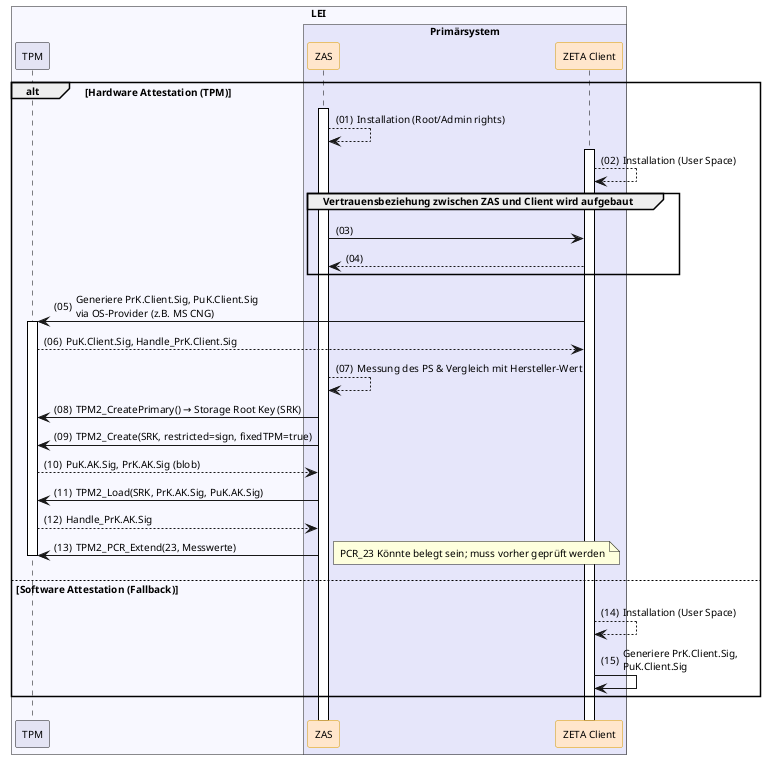
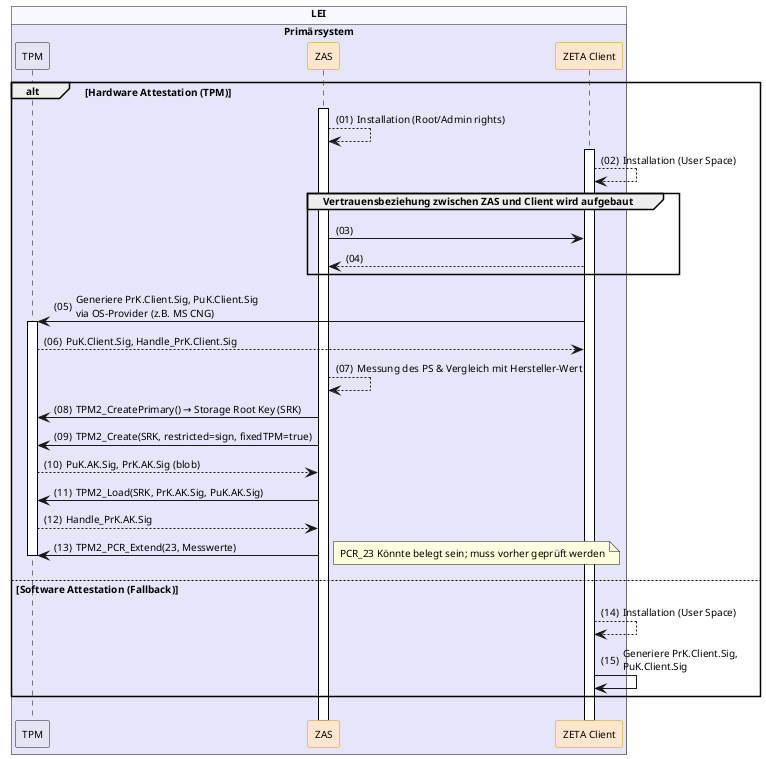
@startuml "client-installation"
autonumber "(00)"
skinparam defaultFontSize 10
skinparam defaultFontName Helvetica
skinparam DefaultMonospacedFontName Courier
skinparam lengthAdjust none
skinparam sequenceReferenceBackgroundColor White
skinparam SequenceReferenceFontSize 12
skinparam sequenceMessageAlign left
hide stereotype

' Box colors
!define ZETA_GUARD_COLOR #FFF3E5
!define LEI_COLOR #GhostWhite
!define LEI_COMPONENT_COLOR #E4E4F4
!define PRIMAERSYSTEM_COLOR #Lavender
!define PROVIDER_COLOR #EDFDEC

' Participant colors
<style>
sequenceDiagram {
  participant {
    .zeta {
      BackgroundColor #FFE6CC
      LineColor #D79B00
    }
    .provider {
      BackgroundColor #D5E8D4
      LineColor #82B366
    }
  }
  lifeline {
    BackgroundColor White
    LineColor Black
  }
}
</style>

' title Client Installation & Baseline-Etablierung

!pragma teoz true

box "LEI" LEI_COLOR
-   participant "TPM" as TPM LEI_COMPONENT_COLOR
  box "Primärsystem" PRIMAERSYSTEM_COLOR
-       participant ZAS as "ZAS" <<zeta>>
-       participant Client as "ZETA Client" <<zeta>>
-  end box
+     participant "TPM" as TPM LEI_COMPONENT_COLOR
+     participant ZAS as "ZAS" <<zeta>>
+     participant Client as "ZETA Client" <<zeta>>
+   end box
end box

alt Hardware Attestation (TPM)

    ZAS++
    ZAS --> ZAS: Installation (Root/Admin rights)
    Client++
    Client --> Client: Installation (User Space)
    group Vertrauensbeziehung zwischen ZAS und Client wird aufgebaut
        ZAS -> Client
        Client --> ZAS
    end

    Client -> TPM++: Generiere PrK.Client.Sig, PuK.Client.Sig\nvia OS-Provider (z.B. MS CNG)
    TPM --> Client: PuK.Client.Sig, Handle_PrK.Client.Sig
    ZAS --> ZAS: Messung des PS & Vergleich mit Hersteller-Wert
    ZAS -> TPM: TPM2_CreatePrimary() → Storage Root Key (SRK)
    ZAS -> TPM: TPM2_Create(SRK, restricted=sign, fixedTPM=true)
    TPM --> ZAS: PuK.AK.Sig, PrK.AK.Sig (blob)
    ZAS -> TPM: TPM2_Load(SRK, PrK.AK.Sig, PuK.AK.Sig)
    TPM --> ZAS: Handle_PrK.AK.Sig
    ZAS -> TPM: TPM2_PCR_Extend(23, Messwerte)
    note right: PCR_23 Könnte belegt sein; muss vorher geprüft werden
    TPM--

else Software Attestation (Fallback)
    Client --> Client: Installation (User Space)
    Client -> Client: Generiere PrK.Client.Sig,\nPuK.Client.Sig
end

@enduml